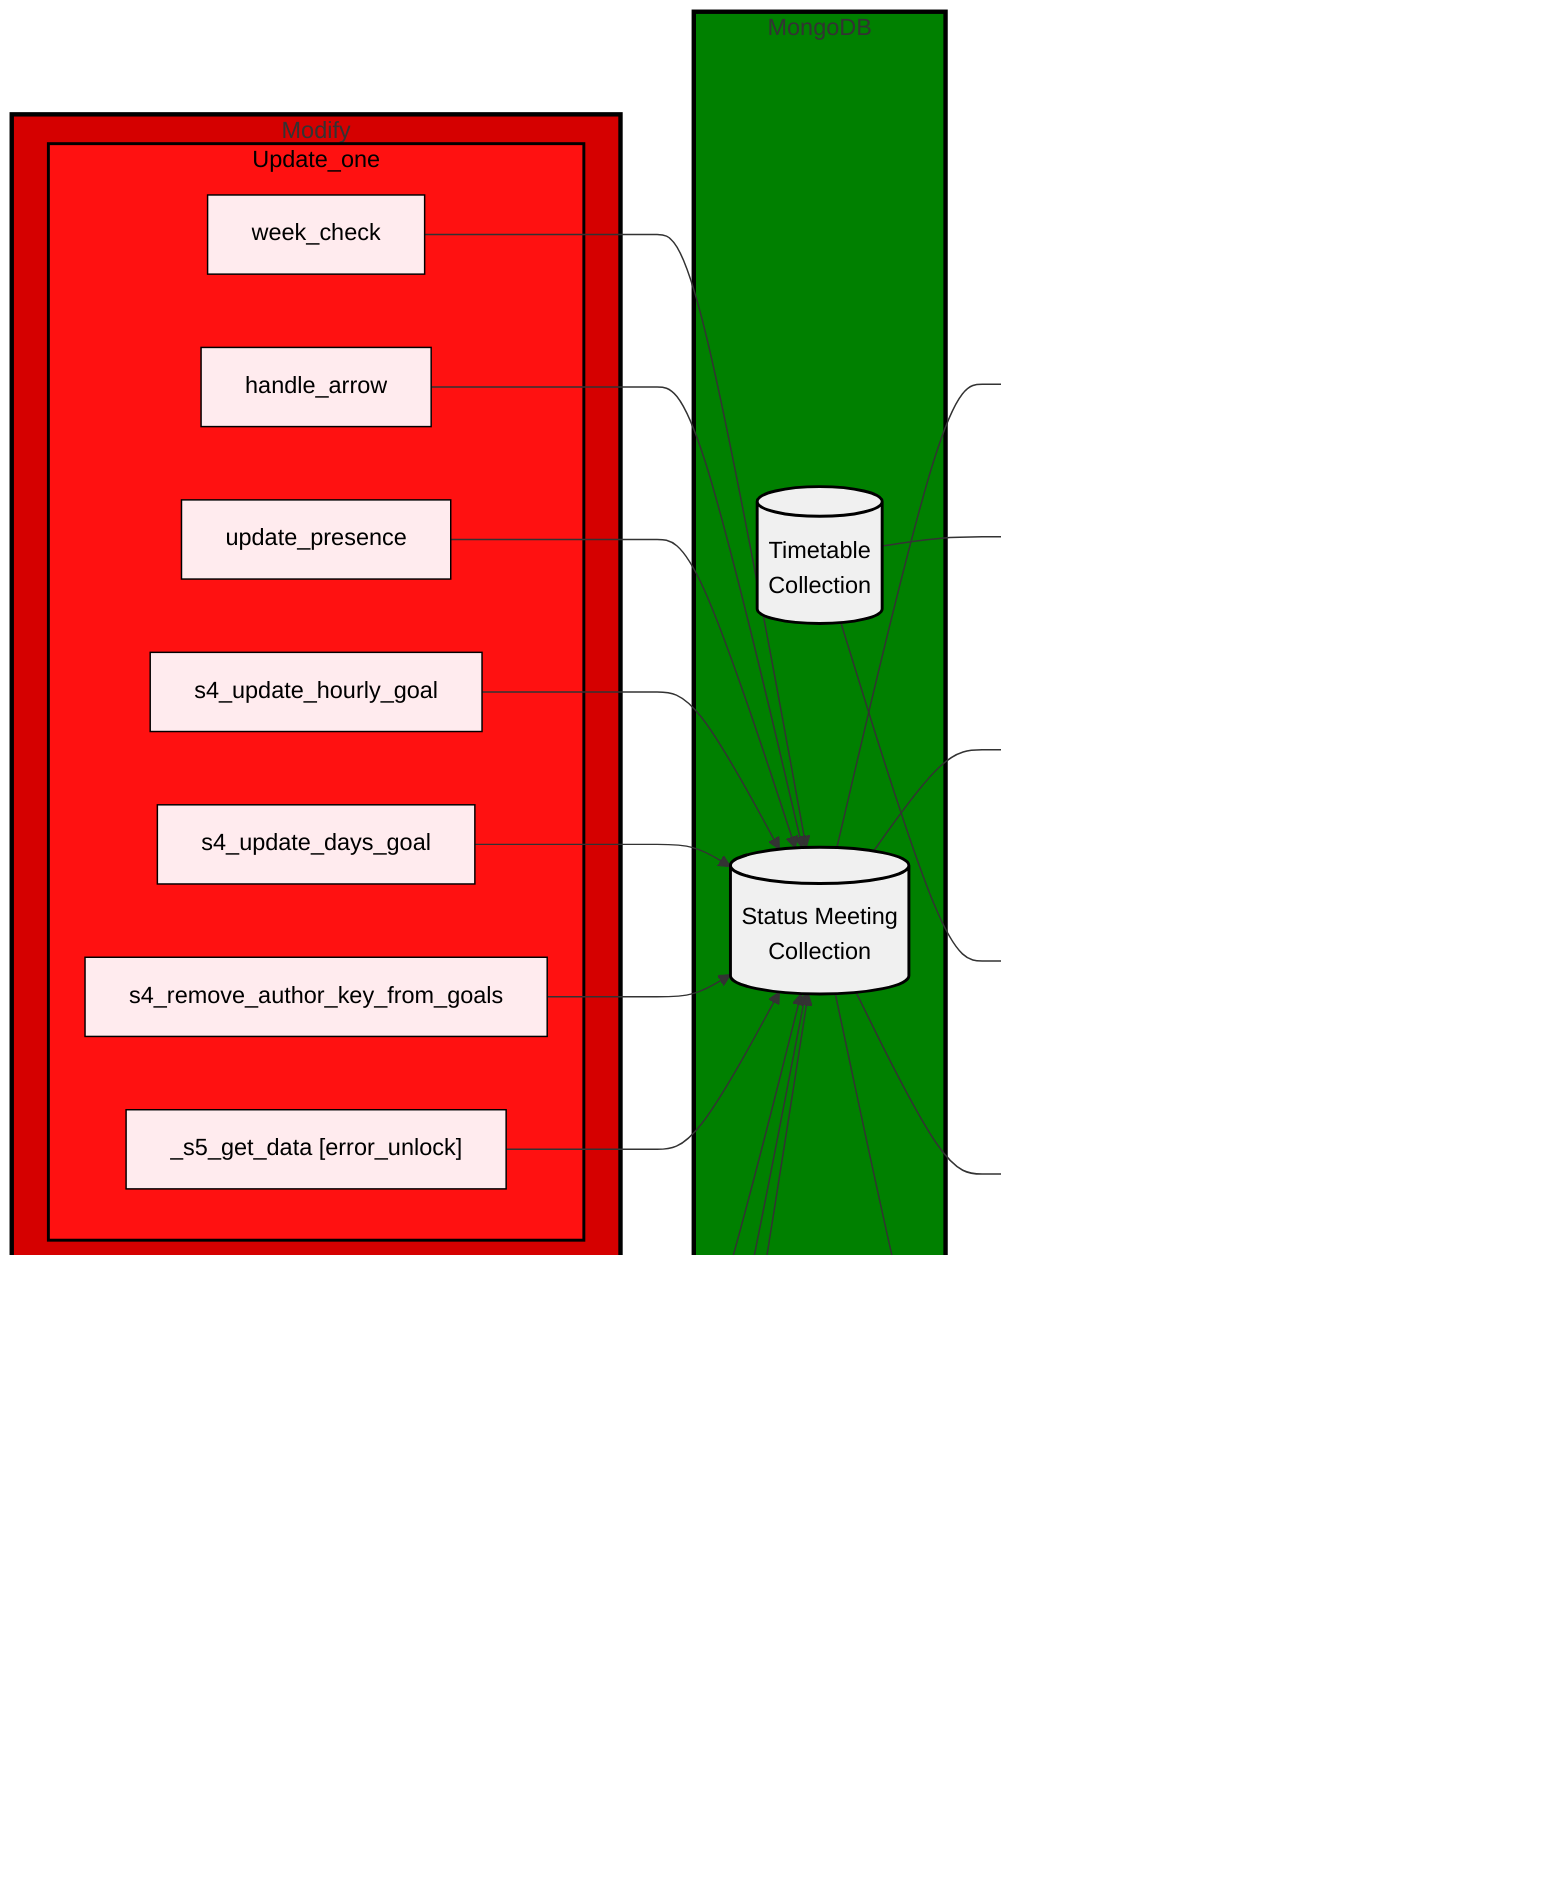
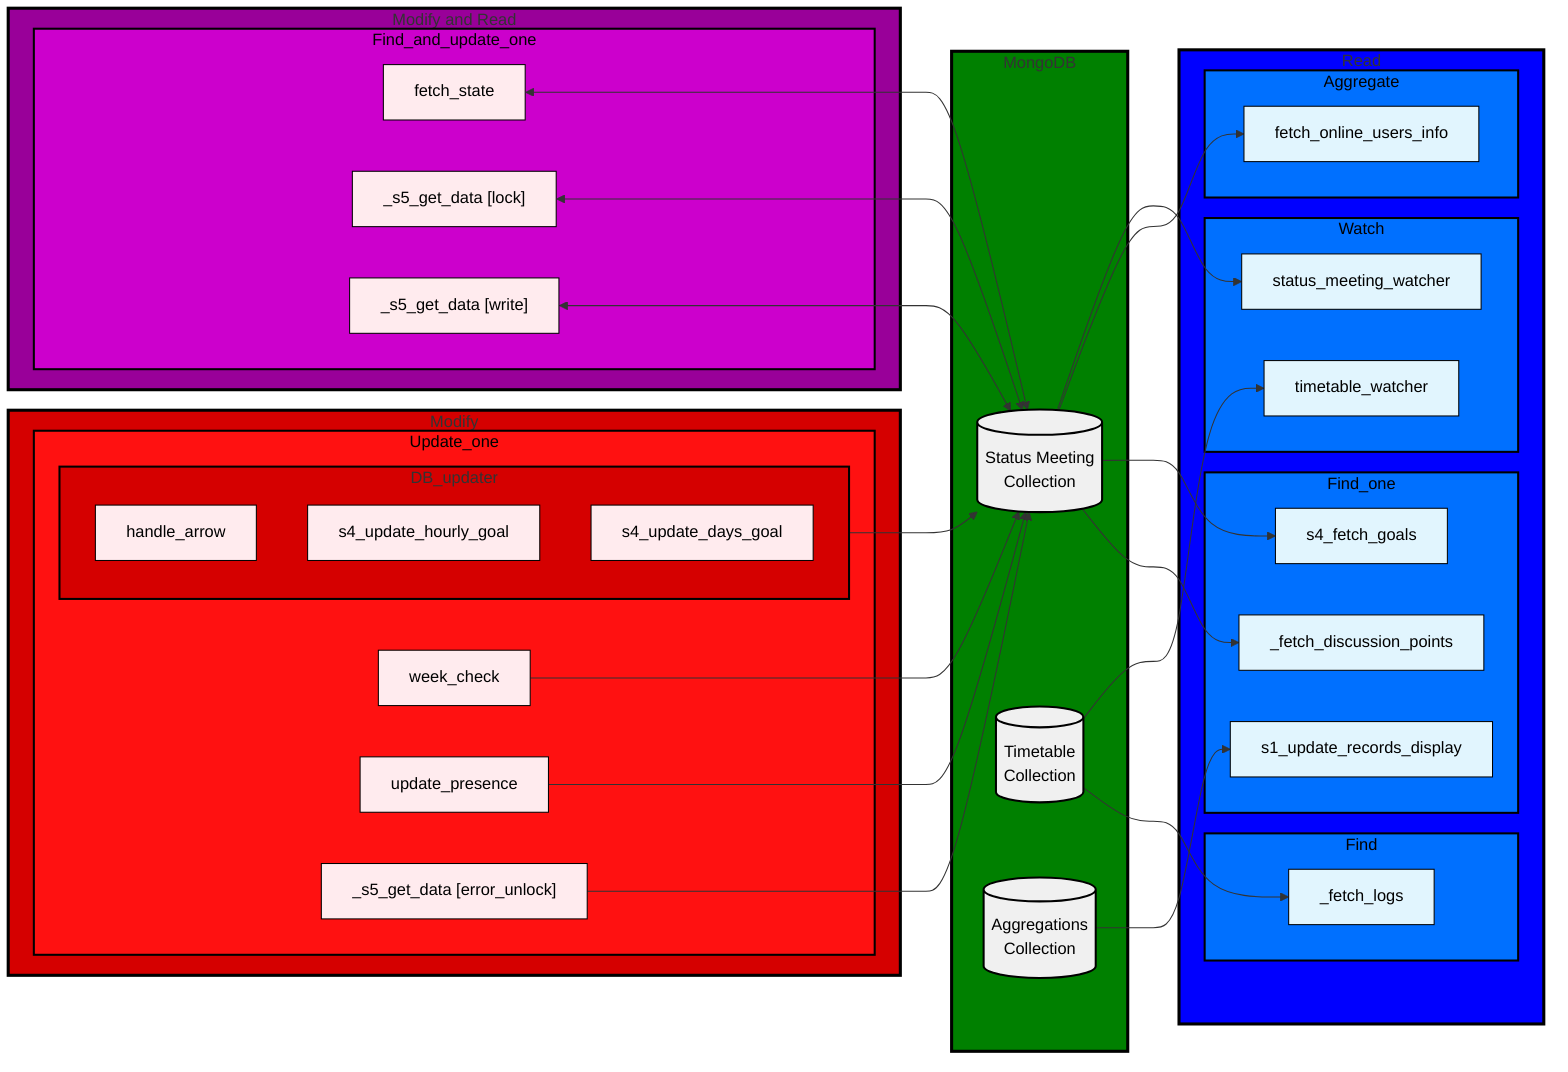
flowchart LR
    subgraph DBs["MongoDB"]
            DB_STATUS[("Status Meeting<br>Collection")]
            DB_TIME[("Timetable<br>Collection")]
            DB_AGG[("Aggregations<br>Collection")]
        end
    subgraph Modify["Modify"]
        subgraph UpdateOne["Update_one"]
            Uo1["week_check"]
-             Uo2["handle_arrow"]
            Uo3["update_presence"]
-             Uo4["s4_update_hourly_goal"]
-             Uo5["s4_update_days_goal"]
-             Uo6["s4_remove_author_key_from_goals"]
-             Uo7["_s5_get_data [error_unlock]"]
+             Uo6["_s5_get_data [error_unlock]"]
+             subgraph Bulk_Group["DB_updater"]
+                 Uo2["handle_arrow"]
+                 Uo4["s4_update_hourly_goal"]
+                 Uo5["s4_update_days_goal"]
+             end
        end
    end
    subgraph ModifyAndRead["Modify and Read"]
        subgraph FindAndUpdateOne["Find_and_update_one"]
            Fauo1["fetch_state"]
            Fauo2["_s5_get_data [lock]"]
            Fauo3["_s5_get_data [write]"]
        end
    end
    subgraph Reads["Read"]
        subgraph FindOne["Find_one"]
            Fo1["_fetch_discussion_points"]
            Fo2["s1_update_records_display"]
            Fo3["s4_fetch_goals"]
        end
        subgraph Find["Find"]
            F1["_fetch_logs"]
        end
        subgraph Aggregate["Aggregate"]
            A1["fetch_online_users_info"]
        end
        subgraph Watch["Watch"]
            W1["status_meeting_watcher"]
            W2["timetable_watcher"]
        end
    end

-     Uo1 & Uo2 & Uo3 & Uo4 & Uo5 & Uo6 & Uo7 --> DB_STATUS
+     Uo1 & Uo3 & Uo6 --> DB_STATUS
+     Bulk_Group --> DB_STATUS
    DB_STATUS --> Fo1 & Fo3 & A1 & W1
    DB_TIME --> F1 & W2
    DB_AGG --> Fo2
    Fauo1 & Fauo2 & Fauo3 <--> DB_STATUS

    style Modify stroke:#000000,fill:#D50000,stroke-width:3px
    style DBs stroke:#000000,fill:#008000,stroke-width:3px
    style Reads stroke:#000000,fill:#0000FF,stroke-width:3px
    style ModifyAndRead stroke:#000000,fill:#990099,stroke-width:3px
+     style Bulk_Group fill:#D50000,stroke:#000000,stroke-width:2px

    classDef sub_write fill:#FF1111,stroke:#000000,color:black, stroke-width:2px
    classDef sub_write_read fill:#CC00CC,stroke:#000000,color:black, stroke-width:2px
    classDef sub_read fill:#0070FF,stroke:#000000,color:black, stroke-width:2px

    class UpdateOne sub_write
    class FindAndUpdateOne sub_write_read
    class FindOne,Watch,Aggregate,Find sub_read
    %% def node classes %%
    classDef db fill:#f0f0f0,stroke:#000000,stroke-width:2px,color:black
    classDef write fill:#ffebee,stroke:#000000,color:black
    classDef writeread fill:#ffebee,stroke:#000000,color:black
    classDef read fill:#e1f5fe,stroke:#000000,color:black

    %% Assign nodes classes %%
    class DB_STATUS,DB_TIME,DB_AGG db
-     class Uo1,Uo2,Uo3,Uo4,Uo5,Uo6,Uo7 write
+     class Uo1,Uo2,Uo3,Uo4,Uo5,Uo6 write
    class Fauo1,Fauo2,Fauo3 writeread
    class Fo1,Fo2,Fo3,W1,W2,A1,F1 read